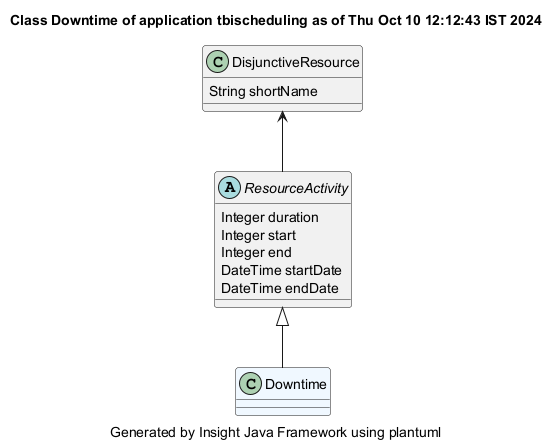
This is demonstrator/tbischeduling/site/plantuml/Downtime.png from hsimonis/schedulingtraining, a PlantUML export, as it was before one commit. The source it was exported from:
```plantuml
@startuml
title Class Downtime of application tbischeduling as of Thu Oct 10 12:12:43 IST 2024
caption Generated by Insight Java Framework using plantuml
class Downtime #aliceblue

ResourceActivity <|-- Downtime
abstract ResourceActivity
ResourceActivity : Integer duration
ResourceActivity : Integer start
ResourceActivity : Integer end
ResourceActivity : DateTime startDate
ResourceActivity : DateTime endDate

DisjunctiveResource  <-- ResourceActivity
class DisjunctiveResource
DisjunctiveResource : String shortName

@enduml
```
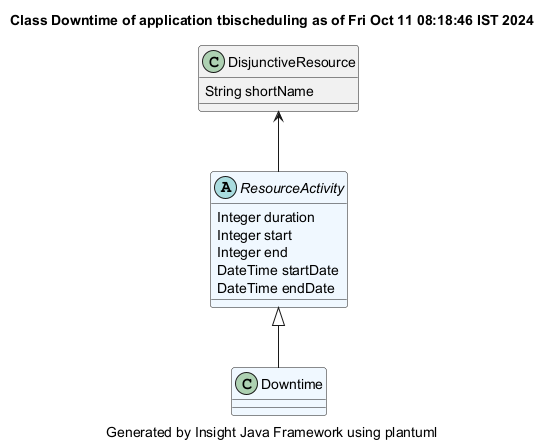
After the commit.

The edit, as a diff of the source:
```diff
@@ -1,10 +1,10 @@
 @startuml
-title Class Downtime of application tbischeduling as of Thu Oct 10 12:12:43 IST 2024
+title Class Downtime of application tbischeduling as of Fri Oct 11 08:18:46 IST 2024
 caption Generated by Insight Java Framework using plantuml
 class Downtime #aliceblue
 
 ResourceActivity <|-- Downtime
-abstract ResourceActivity
+abstract ResourceActivity #aliceblue
 ResourceActivity : Integer duration
 ResourceActivity : Integer start
 ResourceActivity : Integer end
```
